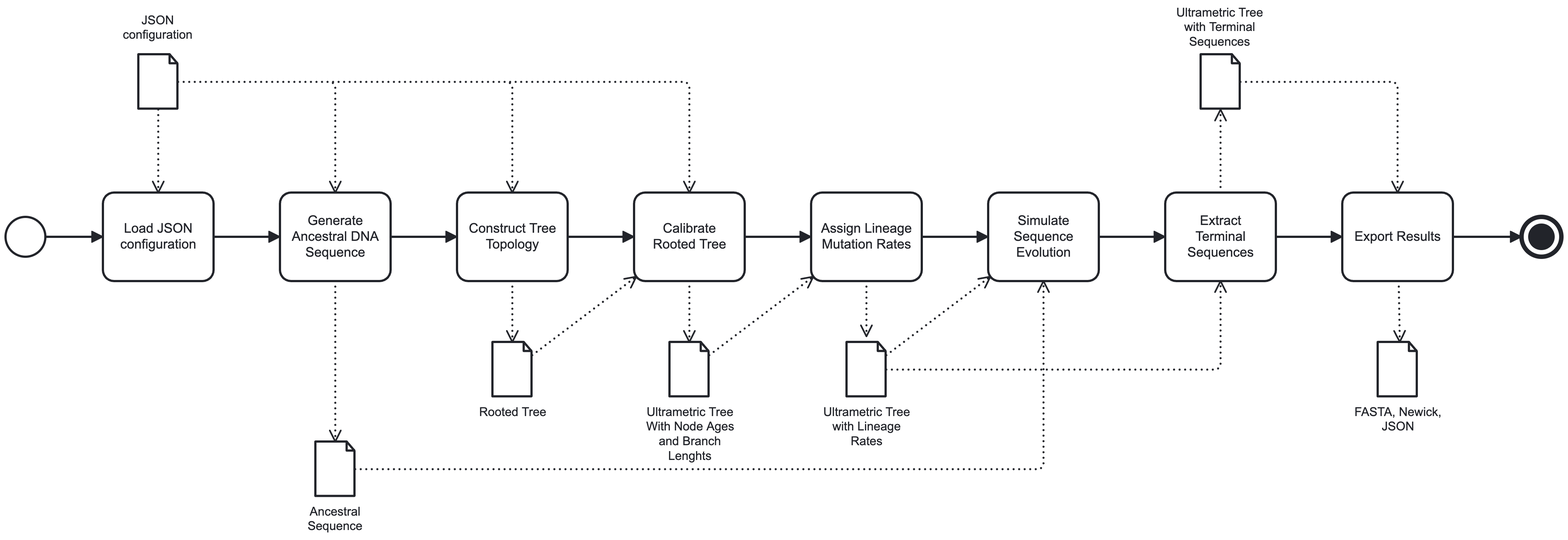
The BPMN diagram diagrams/relaxed-clock-workflow.png in davewalker5/MolecularClockSimulation, before a commit. Its source is kept beside it as diagrams/relaxed-clock-workflow.bpmn. Ids are renumbered.
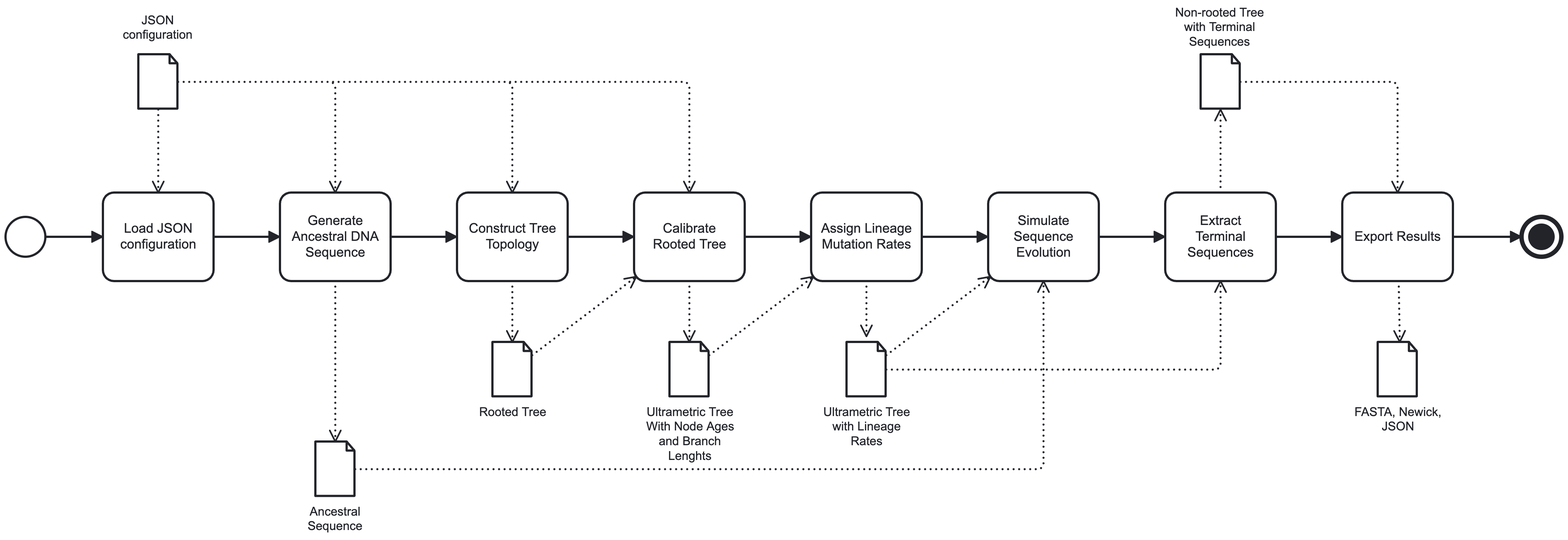
The same file after the commit.

Commit message:
Fix typo in relaxed clock workkflow

Change to the diagram source:
```diff
@@ -108,7 +108,7 @@
       <bpmn:incoming>Flow_n46</bpmn:incoming>
       <bpmn:terminateEventDefinition id="TerminateEventDefinition_n52" />
     </bpmn:endEvent>
-    <bpmn:dataObjectReference id="DataObjectReference_n42" name="Ultrametric Tree with Terminal Sequences" dataObjectRef="DataObject_n53" />
+    <bpmn:dataObjectReference id="DataObjectReference_n42" name="Non-rooted Tree with Terminal Sequences" dataObjectRef="DataObject_n53" />
     <bpmn:dataObject id="DataObject_n53" />
     <bpmn:dataObjectReference id="DataObjectReference_n50" name="FASTA, Newick, JSON" dataObjectRef="DataObject_n54" />
     <bpmn:dataObject id="DataObject_n54" />
@@ -192,7 +192,7 @@
       <bpmndi:BPMNShape id="DataObjectReference_n42_di" bpmnElement="DataObjectReference_n42">
         <dc:Bounds x="1262" y="115" width="36" height="50" />
         <bpmndi:BPMNLabel>
-          <dc:Bounds x="1240" y="71" width="79" height="40" />
+          <dc:Bounds x="1239" y="71" width="81" height="40" />
         </bpmndi:BPMNLabel>
       </bpmndi:BPMNShape>
       <bpmndi:BPMNShape id="DataObjectReference_n50_di" bpmnElement="DataObjectReference_n50">
```
